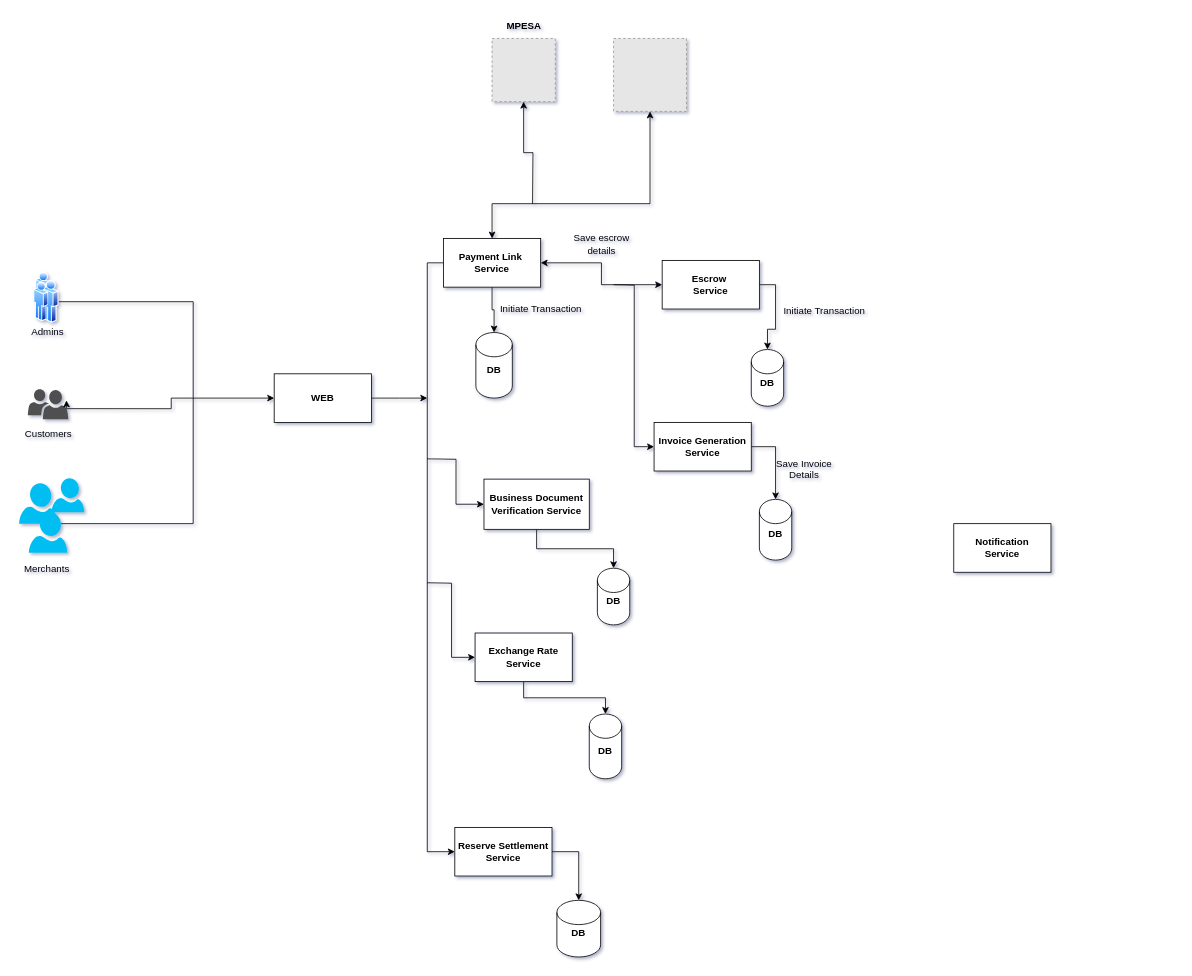
The draw.io diagram Untitled Diagram.drawio in Lowkey1729/c-_addition, before the edit. Source tidied: cells renumbered, new cells numbered last; positions are measured from the earlier drawing's top-left corner, leaving out a move shared by most shapes. Both pictures are drawn from the tidied source at 81%, with x=0, y=0 at pixel (16, 14). Pictures stored in the file or linked from it are replaced by grey dashed boxes.
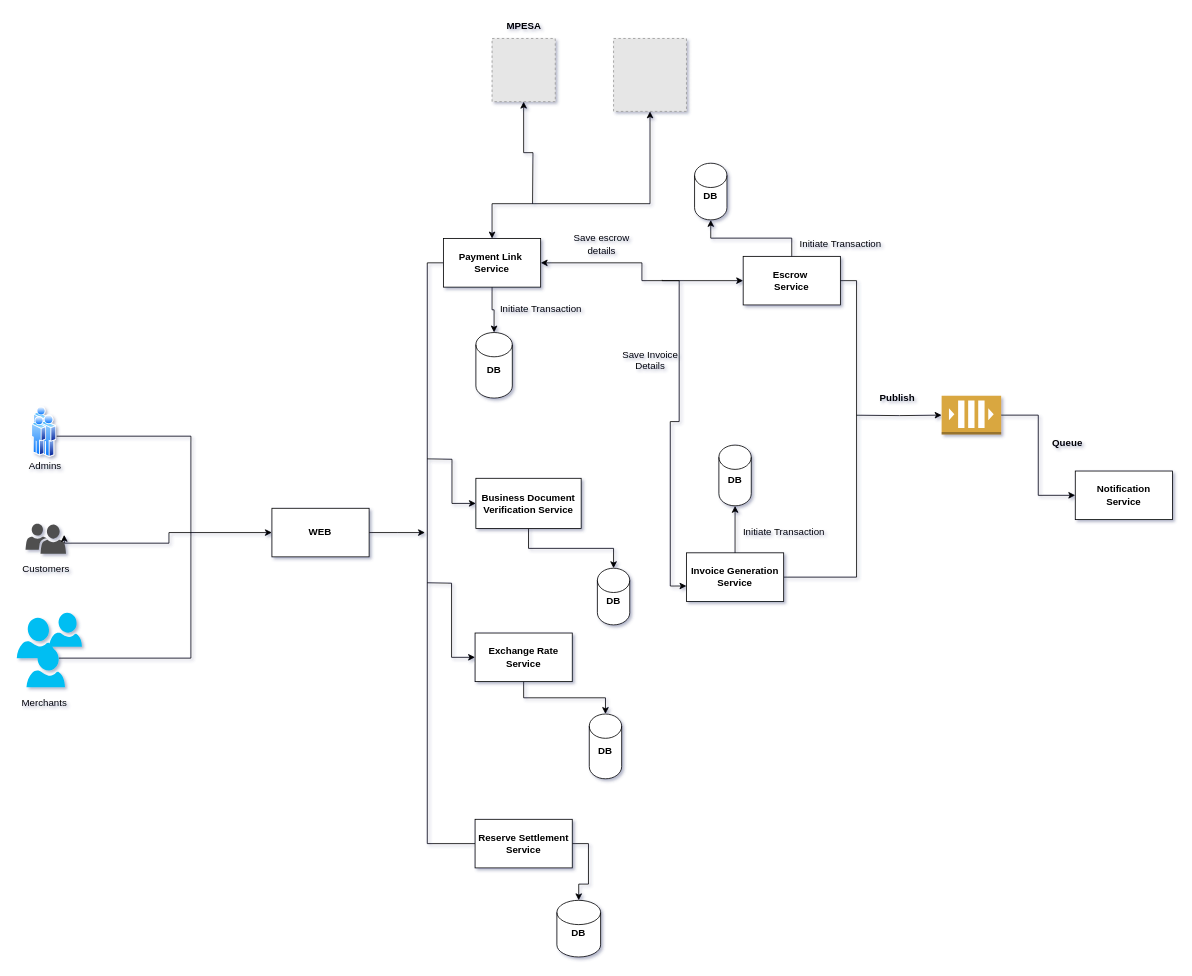
The same page after the edit.

The change refers to these unchanged cells:
```xml
<mxCell id="20" value="&lt;b&gt;Payment Link&amp;nbsp;&lt;/b&gt;&lt;div&gt;&lt;b&gt;Service&lt;/b&gt;&lt;/div&gt;" style="rounded=0;whiteSpace=wrap;html=1;" parent="1" vertex="1">
  <mxGeometry x="527" y="277" width="120" height="60" as="geometry" />
</mxCell>
```

What changed in the source:
```diff
@@
     <mxCell id="3" style="edgeStyle=elbowEdgeStyle;rounded=0;jettySize=auto;html=1;exitX=1;exitY=0.5;exitDx=0;exitDy=0;elbow=vertical;entryX=0.84;entryY=0.28;entryDx=0;entryDy=0;entryPerimeter=0;startArrow=none;startFill=0;strokeColor=default;endArrow=none;endFill=0;" parent="1" edge="1" source="6" target="8">
       <mxGeometry relative="1" as="geometry">
         <Array as="points">
-          <mxPoint x="218" y="348" />
+          <mxPoint x="215.2" y="514" />
         </Array>
       </mxGeometry>
     </mxCell>
     <mxCell id="4" style="verticalLabelPosition=bottom;html=1;verticalAlign=top;align=center;strokeColor=none;fillColor=#00BEF2;shape=mxgraph.azure.user;" parent="1" vertex="1">
-      <mxGeometry x="3" y="579" width="47.5" height="50" as="geometry" />
+      <mxGeometry x="0.2" y="745" width="47.5" height="50" as="geometry" />
     </mxCell>
     <mxCell id="5" style="image;perimeter=ellipsePerimeter;html=1;align=center;shadow=0;dashed=0;spacingTop=3;image=img/lib/active_directory/user.svg;" parent="1" vertex="1">
-      <mxGeometry x="23.8" y="318" width="18.5" height="50" as="geometry" />
+      <mxGeometry x="21" y="484" width="18.5" height="50" as="geometry" />
     </mxCell>
     <mxCell id="6" style="image;perimeter=ellipsePerimeter;html=1;align=center;shadow=0;dashed=0;spacingTop=3;image=img/lib/active_directory/user.svg;" parent="1" vertex="1">
-      <mxGeometry x="32.2" y="328" width="20" height="54" as="geometry" />
+      <mxGeometry x="29.5" y="494" width="20" height="54" as="geometry" />
     </mxCell>
     <mxCell id="7" style="image;perimeter=ellipsePerimeter;html=1;align=center;shadow=0;dashed=0;spacingTop=3;image=img/lib/active_directory/user.svg;" parent="1" vertex="1">
-      <mxGeometry x="21.2" y="330" width="18.5" height="50" as="geometry" />
+      <mxGeometry x="18.5" y="496" width="18.5" height="50" as="geometry" />
     </mxCell>
     <mxCell id="8" style="verticalLabelPosition=bottom;html=1;verticalAlign=top;align=center;strokeColor=none;fillColor=#00BEF2;shape=mxgraph.azure.user;" parent="1" vertex="1">
-      <mxGeometry x="15" y="615" width="47.5" height="50" as="geometry" />
+      <mxGeometry x="12.2" y="781" width="47.5" height="50" as="geometry" />
     </mxCell>
     <mxCell id="9" style="verticalLabelPosition=bottom;html=1;verticalAlign=top;align=center;strokeColor=none;fillColor=#00BEF2;shape=mxgraph.azure.user;" parent="1" vertex="1">
-      <mxGeometry x="43" y="573" width="40.5" height="42" as="geometry" />
+      <mxGeometry x="40.2" y="739" width="40.5" height="42" as="geometry" />
     </mxCell>
@@
     <mxCell id="11" style="sketch=0;shadow=0;dashed=0;html=1;strokeColor=none;labelPosition=center;verticalLabelPosition=bottom;verticalAlign=top;align=center;fillColor=#505050;shape=mxgraph.mscae.intune.user_group;" parent="1" vertex="1">
-      <mxGeometry x="13.8" y="463" width="50" height="37" as="geometry" />
+      <mxGeometry x="11" y="629" width="50" height="37" as="geometry" />
     </mxCell>
     <mxCell id="12" value="Merchants" style="text;html=1;align=center;verticalAlign=middle;strokeColor=none;fillColor=none;" parent="1" vertex="1">
-      <mxGeometry x="-0.2" y="672" width="74" height="26" as="geometry" />
+      <mxGeometry x="-3" y="838" width="74" height="26" as="geometry" />
     </mxCell>
     <mxCell id="13" value="Customers" style="text;html=1;align=center;verticalAlign=middle;strokeColor=none;fillColor=none;" parent="1" vertex="1">
-      <mxGeometry x="0.8" y="506" width="76" height="26" as="geometry" />
+      <mxGeometry x="-2" y="672" width="76" height="26" as="geometry" />
     </mxCell>
     <mxCell id="14" value="Admins" style="text;html=1;align=center;verticalAlign=middle;strokeColor=none;fillColor=none;" parent="1" vertex="1">
-      <mxGeometry x="9" y="379" width="58" height="26" as="geometry" />
+      <mxGeometry x="6.2" y="545" width="58" height="26" as="geometry" />
     </mxCell>
     <mxCell id="15" style="edgeStyle=orthogonalEdgeStyle;rounded=0;jettySize=auto;html=1;exitX=1;exitY=0.5;exitDx=0;exitDy=0;" parent="1" edge="1" source="16">
       <mxGeometry relative="1" as="geometry">
-        <mxPoint x="507" y="474" as="targetPoint" />
+        <mxPoint x="504.2" y="640" as="targetPoint" />
       </mxGeometry>
     </mxCell>
     <mxCell id="16" value="&lt;b&gt;WEB&lt;/b&gt;" style="rounded=0;whiteSpace=wrap;html=1;" parent="1" vertex="1">
-      <mxGeometry x="318" y="444" width="120" height="60" as="geometry" />
+      <mxGeometry x="315.2" y="610" width="120" height="60" as="geometry" />
     </mxCell>
-    <mxCell id="17" style="edgeStyle=orthogonalEdgeStyle;rounded=0;jettySize=auto;html=1;exitX=0;exitY=0.5;exitDx=0;exitDy=0;entryX=0;entryY=0.5;entryDx=0;entryDy=0;" parent="1" edge="1" source="20" target="27">
+    <mxCell id="17" style="edgeStyle=orthogonalEdgeStyle;rounded=0;jettySize=auto;html=1;exitX=0;exitY=0.5;exitDx=0;exitDy=0;entryX=0;entryY=0.5;entryDx=0;entryDy=0;endArrow=none;endFill=0;" parent="1" edge="1" source="20" target="27">
       <mxGeometry relative="1" as="geometry" />
     </mxCell>
@@
     <mxCell id="25" value="&lt;b&gt;Business Document Verification Service&lt;/b&gt;" style="rounded=0;whiteSpace=wrap;html=1;" parent="1" vertex="1">
-      <mxGeometry x="577" y="574" width="130" height="62" as="geometry" />
+      <mxGeometry x="567" y="573" width="130" height="62" as="geometry" />
     </mxCell>
@@
     <mxCell id="27" value="&lt;b&gt;Reserve Settlement&lt;/b&gt;&lt;div&gt;&lt;b&gt;Service&lt;/b&gt;&lt;/div&gt;" style="rounded=0;whiteSpace=wrap;html=1;" parent="1" vertex="1">
-      <mxGeometry x="541" y="1004" width="120" height="60" as="geometry" />
+      <mxGeometry x="566" y="994" width="120" height="60" as="geometry" />
     </mxCell>
-    <mxCell id="28" style="edgeStyle=orthogonalEdgeStyle;rounded=0;jettySize=auto;html=1;exitX=1;exitY=0.5;exitDx=0;exitDy=0;" parent="1" edge="1" source="29" target="31">
-      <mxGeometry relative="1" as="geometry" />
-    </mxCell>
+    <mxCell id="50" style="edgeStyle=orthogonalEdgeStyle;rounded=0;jettySize=auto;html=1;exitX=1;exitY=0.5;exitDx=0;exitDy=0;entryX=1;entryY=0.5;entryDx=0;entryDy=0;startArrow=none;startFill=0;endFill=0;anchorPointDirection=1;strokeColor=default;endArrow=none;" parent="1" edge="1" source="29" target="44">
+      <mxGeometry relative="1" as="geometry" />
+    </mxCell>
     <mxCell id="29" value="&lt;b&gt;Escrow&amp;nbsp;&lt;/b&gt;&lt;div&gt;&lt;b&gt;Service&lt;/b&gt;&lt;/div&gt;" style="rounded=0;whiteSpace=wrap;html=1;" parent="1" vertex="1">
-      <mxGeometry x="797" y="304" width="120" height="60" as="geometry" />
+      <mxGeometry x="897" y="299" width="120" height="60" as="geometry" />
     </mxCell>
@@
     <mxCell id="31" value="&lt;b&gt;DB&lt;/b&gt;&lt;div&gt;&lt;br&gt;&lt;/div&gt;" style="shape=cylinder3;whiteSpace=wrap;html=1;boundedLbl=1;backgroundOutline=1;size=15;" parent="1" vertex="1">
-      <mxGeometry x="907" y="414" width="40" height="70" as="geometry" />
+      <mxGeometry x="837" y="184" width="40" height="70" as="geometry" />
     </mxCell>
@@
     <mxCell id="33" value="Initiate Transaction" style="text;html=1;align=center;verticalAlign=middle;strokeColor=none;fillColor=none;" parent="1" vertex="1">
-      <mxGeometry x="937" y="352.1" width="120" height="30" as="geometry" />
+      <mxGeometry x="957" y="269" width="120" height="30" as="geometry" />
     </mxCell>
@@
-    <mxCell id="41" style="edgeStyle=orthogonalEdgeStyle;rounded=0;jettySize=auto;html=1;exitX=0;exitY=0.5;exitDx=0;exitDy=0;entryX=0;entryY=0.5;entryDx=0;entryDy=0;" parent="1" edge="1" target="44">
-      <mxGeometry relative="1" as="geometry">
-        <mxPoint x="737" y="334" as="sourcePoint" />
-      </mxGeometry>
-    </mxCell>
@@
-    <mxCell id="43" style="edgeStyle=orthogonalEdgeStyle;rounded=0;jettySize=auto;html=1;exitX=1;exitY=0.5;exitDx=0;exitDy=0;" parent="1" edge="1" source="44" target="45">
-      <mxGeometry relative="1" as="geometry" />
-    </mxCell>
+    <mxCell id="51" style="edgeStyle=orthogonalEdgeStyle;rounded=0;orthogonalLoop=1;jettySize=auto;html=1;exitX=0;exitY=0.5;exitDx=0;exitDy=0;entryX=0;entryY=0.5;entryDx=0;entryDy=0;" parent="1" edge="1">
+      <mxGeometry relative="1" as="geometry">
+        <mxPoint x="797" y="328" as="sourcePoint" />
+        <mxPoint x="827" y="706" as="targetPoint" />
+        <Array as="points">
+          <mxPoint x="818" y="329" />
+          <mxPoint x="818" y="503" />
+          <mxPoint x="807" y="503" />
+          <mxPoint x="807" y="706" />
+        </Array>
+      </mxGeometry>
+    </mxCell>
     <mxCell id="44" value="&lt;b&gt;Invoice Generation&lt;/b&gt;&lt;div&gt;&lt;b&gt;Service&lt;/b&gt;&lt;/div&gt;" style="rounded=0;whiteSpace=wrap;html=1;" parent="1" vertex="1">
-      <mxGeometry x="787" y="504" width="120" height="60" as="geometry" />
+      <mxGeometry x="827" y="665" width="120" height="60" as="geometry" />
     </mxCell>
     <mxCell id="45" value="&lt;b&gt;DB&lt;/b&gt;&lt;div&gt;&lt;br&gt;&lt;/div&gt;" style="shape=cylinder3;whiteSpace=wrap;html=1;boundedLbl=1;backgroundOutline=1;size=15;" parent="1" vertex="1">
-      <mxGeometry x="917" y="599" width="40" height="75" as="geometry" />
+      <mxGeometry x="867" y="532" width="40" height="75" as="geometry" />
     </mxCell>
     <mxCell id="46" value="Save Invoice&lt;div&gt;Details&lt;/div&gt;&lt;div&gt;&lt;br&gt;&lt;/div&gt;" style="text;html=1;align=center;verticalAlign=middle;strokeColor=none;fillColor=none;" parent="1" vertex="1">
-      <mxGeometry x="927" y="539" width="90" height="60" as="geometry" />
+      <mxGeometry x="737" y="405" width="90" height="60" as="geometry" />
     </mxCell>
@@
     <mxCell id="49" value="&lt;b&gt;Notification&lt;/b&gt;&lt;div&gt;&lt;b&gt;Service&lt;/b&gt;&lt;/div&gt;" style="rounded=0;whiteSpace=wrap;html=1;" parent="1" vertex="1">
-      <mxGeometry x="1157" y="629" width="120" height="60" as="geometry" />
+      <mxGeometry x="1307" y="564" width="120" height="60" as="geometry" />
     </mxCell>
+    <mxCell id="43" style="edgeStyle=orthogonalEdgeStyle;rounded=0;jettySize=auto;html=1;exitX=0.5;exitY=0;exitDx=0;exitDy=0;entryX=0.5;entryY=1;entryDx=0;entryDy=0;entryPerimeter=0;" parent="1" edge="1" source="44" target="45">
+      <mxGeometry relative="1" as="geometry" />
+    </mxCell>
+    <mxCell id="28" style="edgeStyle=orthogonalEdgeStyle;rounded=0;jettySize=auto;html=1;exitX=0.5;exitY=0;exitDx=0;exitDy=0;entryX=0.5;entryY=1;entryDx=0;entryDy=0;entryPerimeter=0;" parent="1" edge="1" source="29" target="31">
+      <mxGeometry relative="1" as="geometry" />
+    </mxCell>
+    <mxCell id="52" value="Initiate Transaction" style="text;html=1;align=center;verticalAlign=middle;strokeColor=none;fillColor=none;" parent="1" vertex="1">
+      <mxGeometry x="887" y="625" width="120" height="30" as="geometry" />
+    </mxCell>
+    <mxCell id="53" style="edgeStyle=orthogonalEdgeStyle;rounded=0;jettySize=auto;html=1;exitX=0;exitY=0.5;exitDx=0;exitDy=0;exitPerimeter=0;entryX=0;entryY=0.5;entryDx=0;entryDy=0;entryPerimeter=0;" parent="1" edge="1" target="55">
+      <mxGeometry relative="1" as="geometry">
+        <mxPoint x="1037" y="495.1" as="sourcePoint" />
+      </mxGeometry>
+    </mxCell>
+    <mxCell id="54" style="edgeStyle=orthogonalEdgeStyle;rounded=0;jettySize=auto;html=1;exitX=1;exitY=0.5;exitDx=0;exitDy=0;exitPerimeter=0;entryX=0;entryY=0.5;entryDx=0;entryDy=0;" parent="1" edge="1" source="55" target="49">
+      <mxGeometry relative="1" as="geometry" />
+    </mxCell>
+    <mxCell id="55" style="outlineConnect=0;dashed=0;verticalLabelPosition=bottom;verticalAlign=top;align=center;html=1;shape=mxgraph.aws3.queue;fillColor=#D9A741;gradientColor=none;" parent="1" vertex="1">
+      <mxGeometry x="1142" y="471" width="73.5" height="48" as="geometry" />
+    </mxCell>
+    <mxCell id="56" value="&lt;b&gt;Publish&lt;/b&gt;" style="text;html=1;align=center;verticalAlign=middle;strokeColor=none;fillColor=none;" parent="1" vertex="1">
+      <mxGeometry x="1052" y="459" width="70" height="30" as="geometry" />
+    </mxCell>
+    <mxCell id="57" value="&lt;b&gt;Queue&lt;/b&gt;" style="text;html=1;align=center;verticalAlign=middle;strokeColor=none;fillColor=none;" parent="1" vertex="1">
+      <mxGeometry x="1267" y="514" width="60" height="30" as="geometry" />
+    </mxCell>
```
